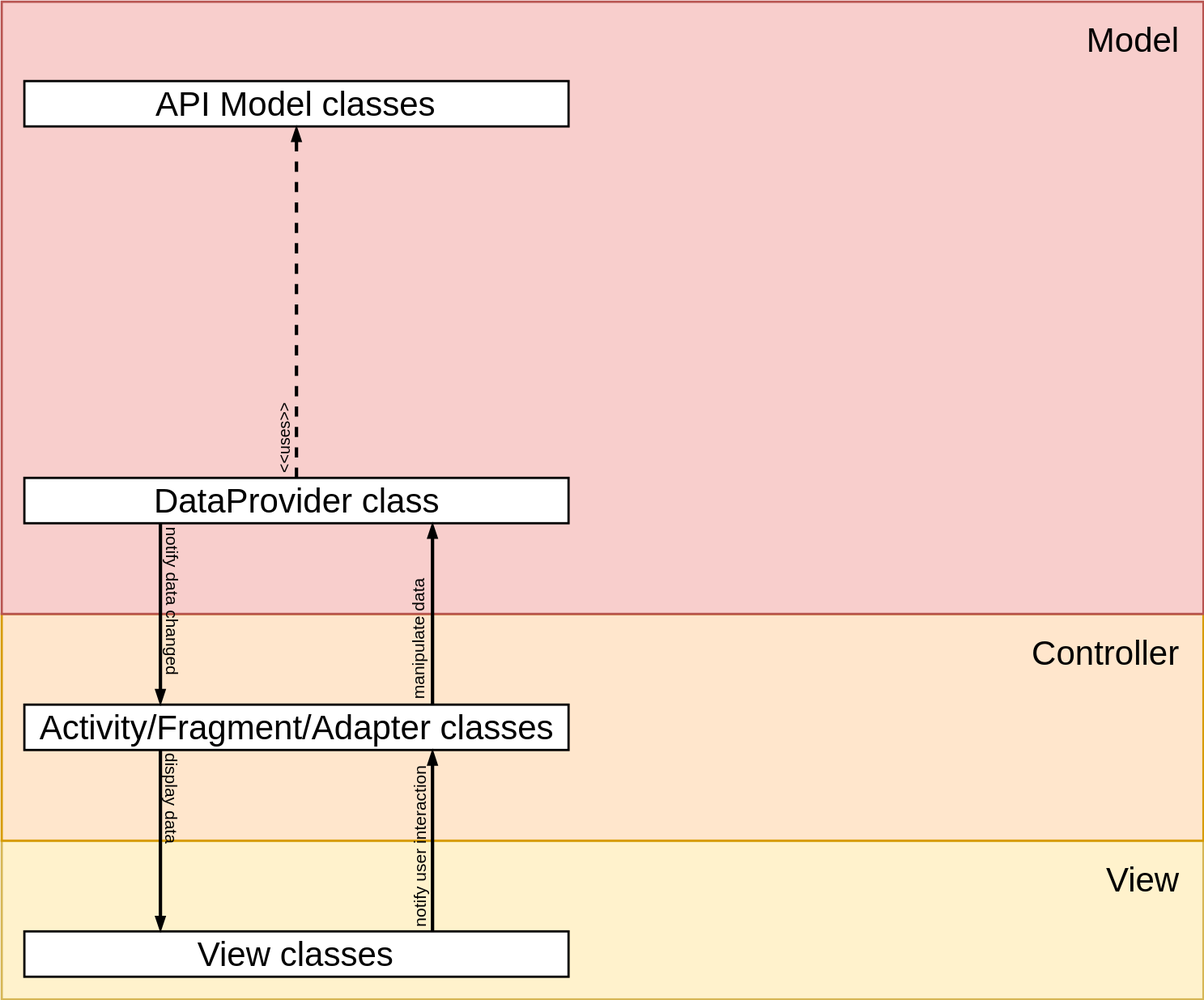
This is Documentation/SAD/MVCClassFlow.svg from WGPlaner/wg_planer, a draw.io export, as it was before one commit. Source tidied: cells renumbered, new cells last; positions are measured from the earlier drawing's top-left corner, leaving out a move shared by most shapes. Its diagram source:
```xml
<mxGraphModel background="#ffffff">
  <root>
    <mxCell id="0" />
    <mxCell id="1" parent="0" />
    <mxCell id="2" style="rounded=0;whiteSpace=wrap;html=1;labelBackgroundColor=none;strokeColor=#d6b656;strokeWidth=2;fillColor=#fff2cc;fontFamily=Helvetica;fontSize=30;align=right;" parent="1" vertex="1">
      <mxGeometry y="740" width="1060" height="140" as="geometry" />
    </mxCell>
    <mxCell id="3" style="rounded=0;whiteSpace=wrap;html=1;labelBackgroundColor=none;strokeColor=#d79b00;strokeWidth=2;fillColor=#ffe6cc;fontFamily=Helvetica;fontSize=30;align=right;" parent="1" vertex="1">
      <mxGeometry y="540" width="1060" height="200" as="geometry" />
    </mxCell>
    <mxCell id="4" style="rounded=0;whiteSpace=wrap;html=1;labelBackgroundColor=none;strokeColor=#b85450;strokeWidth=2;fillColor=#f8cecc;fontFamily=Helvetica;fontSize=30;align=center;" parent="1" vertex="1">
      <mxGeometry width="1060" height="540" as="geometry" />
    </mxCell>
    <mxCell id="5" value="DataProvider class" style="rounded=0;whiteSpace=wrap;html=1;labelBackgroundColor=none;strokeColor=#000000;strokeWidth=2;fillColor=#ffffff;fontFamily=Helvetica;fontSize=30;align=center;" parent="1" vertex="1">
      <mxGeometry x="20" y="420" width="480" height="40" as="geometry" />
    </mxCell>
    <mxCell id="6" value="Activity/Fragment/Adapter classes" style="rounded=0;whiteSpace=wrap;html=1;labelBackgroundColor=none;strokeColor=#000000;strokeWidth=2;fillColor=#ffffff;fontFamily=Helvetica;fontSize=30;align=center;" parent="1" vertex="1">
      <mxGeometry x="20" y="620" width="480" height="40" as="geometry" />
    </mxCell>
    <mxCell id="7" style="endArrow=blockThin;html=1;strokeColor=#000000;strokeWidth=3;fontFamily=Helvetica;fontSize=30;exitX=0.25;exitY=1;entryX=0.25;entryY=0;endFill=1;" parent="1" edge="1" source="5" target="6">
      <mxGeometry relative="1" as="geometry" />
    </mxCell>
    <mxCell id="8" value="notify data changed" style="text;html=1;align=center;verticalAlign=middle;labelBackgroundColor=none;fontSize=15;fontFamily=Helvetica;rotation=90;" parent="7" vertex="1">
      <mxGeometry x="-0.38" y="-1" relative="1" as="geometry">
        <mxPoint x="13" y="18" as="offset" />
      </mxGeometry>
    </mxCell>
    <mxCell id="9" value="View classes" style="rounded=0;whiteSpace=wrap;html=1;labelBackgroundColor=none;strokeColor=#000000;strokeWidth=2;fillColor=#ffffff;fontFamily=Helvetica;fontSize=30;align=center;" parent="1" vertex="1">
      <mxGeometry x="20" y="820" width="480" height="40" as="geometry" />
    </mxCell>
    <mxCell id="10" style="endArrow=blockThin;html=1;strokeColor=#000000;strokeWidth=3;fontFamily=Helvetica;fontSize=30;exitX=0.25;exitY=1;endFill=1;entryX=0.25;entryY=0;" parent="1" edge="1" source="6" target="9">
      <mxGeometry relative="1" as="geometry" />
    </mxCell>
    <mxCell id="11" value="display data" style="text;html=1;align=center;verticalAlign=middle;labelBackgroundColor=none;fontSize=15;fontFamily=Helvetica;rotation=90;" parent="10" vertex="1">
      <mxGeometry x="-0.3" y="1" relative="1" as="geometry">
        <mxPoint x="10" y="-14" as="offset" />
      </mxGeometry>
    </mxCell>
    <mxCell id="12" style="endArrow=blockThin;html=1;strokeColor=#000000;strokeWidth=3;fontFamily=Helvetica;fontSize=30;exitX=0.75;exitY=0;entryX=0.75;entryY=1;endFill=1;" parent="1" edge="1" source="9" target="6">
      <mxGeometry relative="1" as="geometry" />
    </mxCell>
    <mxCell id="13" value="notify user interaction" style="text;html=1;align=center;verticalAlign=middle;labelBackgroundColor=none;fontSize=15;fontFamily=Helvetica;rotation=-90;" parent="12" vertex="1">
      <mxGeometry x="-0.24" y="-3" relative="1" as="geometry">
        <mxPoint x="-15" y="-14" as="offset" />
      </mxGeometry>
    </mxCell>
    <mxCell id="14" style="endArrow=blockThin;html=1;strokeColor=#000000;strokeWidth=3;fontFamily=Helvetica;fontSize=30;endFill=1;exitX=0.75;exitY=0;entryX=0.75;entryY=1;" parent="1" edge="1" source="6" target="5">
      <mxGeometry relative="1" as="geometry" />
    </mxCell>
    <mxCell id="15" value="manipulate data" style="text;html=1;align=center;verticalAlign=middle;labelBackgroundColor=none;fontSize=15;fontFamily=Helvetica;rotation=-90;" parent="14" vertex="1">
      <mxGeometry x="0.14" y="-1" relative="1" as="geometry">
        <mxPoint x="-14" y="33" as="offset" />
      </mxGeometry>
    </mxCell>
    <mxCell id="16" value="Model" style="text;html=1;strokeColor=none;fillColor=none;align=right;verticalAlign=top;whiteSpace=wrap;rounded=0;labelBackgroundColor=none;fontFamily=Helvetica;fontSize=30;" parent="1" vertex="1">
      <mxGeometry x="900" y="10" width="140" height="40" as="geometry" />
    </mxCell>
    <mxCell id="17" value="Controller" style="text;html=1;strokeColor=none;fillColor=none;align=right;verticalAlign=top;whiteSpace=wrap;rounded=0;labelBackgroundColor=none;fontFamily=Helvetica;fontSize=30;" parent="1" vertex="1">
      <mxGeometry x="900" y="550" width="140" height="40" as="geometry" />
    </mxCell>
    <mxCell id="18" value="View" style="text;html=1;strokeColor=none;fillColor=none;align=right;verticalAlign=top;whiteSpace=wrap;rounded=0;labelBackgroundColor=none;fontFamily=Helvetica;fontSize=30;" parent="1" vertex="1">
      <mxGeometry x="900" y="750" width="140" height="40" as="geometry" />
    </mxCell>
    <mxCell id="19" value="API Model classes" style="rounded=0;whiteSpace=wrap;html=1;labelBackgroundColor=none;strokeColor=#000000;strokeWidth=2;fillColor=#ffffff;fontFamily=Helvetica;fontSize=30;align=center;" parent="1" vertex="1">
      <mxGeometry x="20" y="70" width="480" height="40" as="geometry" />
    </mxCell>
    <mxCell id="20" style="endArrow=blockThin;html=1;labelBackgroundColor=none;strokeColor=#000000;strokeWidth=3;fontFamily=Helvetica;fontSize=14;fontColor=#000000;align=center;exitX=0.5;exitY=0;entryX=0.5;entryY=1;endFill=1;dashed=1;" parent="1" edge="1" source="5" target="19">
      <mxGeometry relative="1" as="geometry" />
    </mxCell>
    <mxCell id="21" value="&amp;lt;&amp;lt;uses&amp;gt;&amp;gt;" style="text;html=1;align=center;verticalAlign=middle;labelBackgroundColor=none;fontSize=14;fontFamily=Helvetica;fontColor=#000000;rotation=-90;" parent="20" vertex="1">
      <mxGeometry x="-0.21" y="-1" relative="1" as="geometry">
        <mxPoint x="-13" y="88" as="offset" />
      </mxGeometry>
    </mxCell>
  </root>
</mxGraphModel>
```
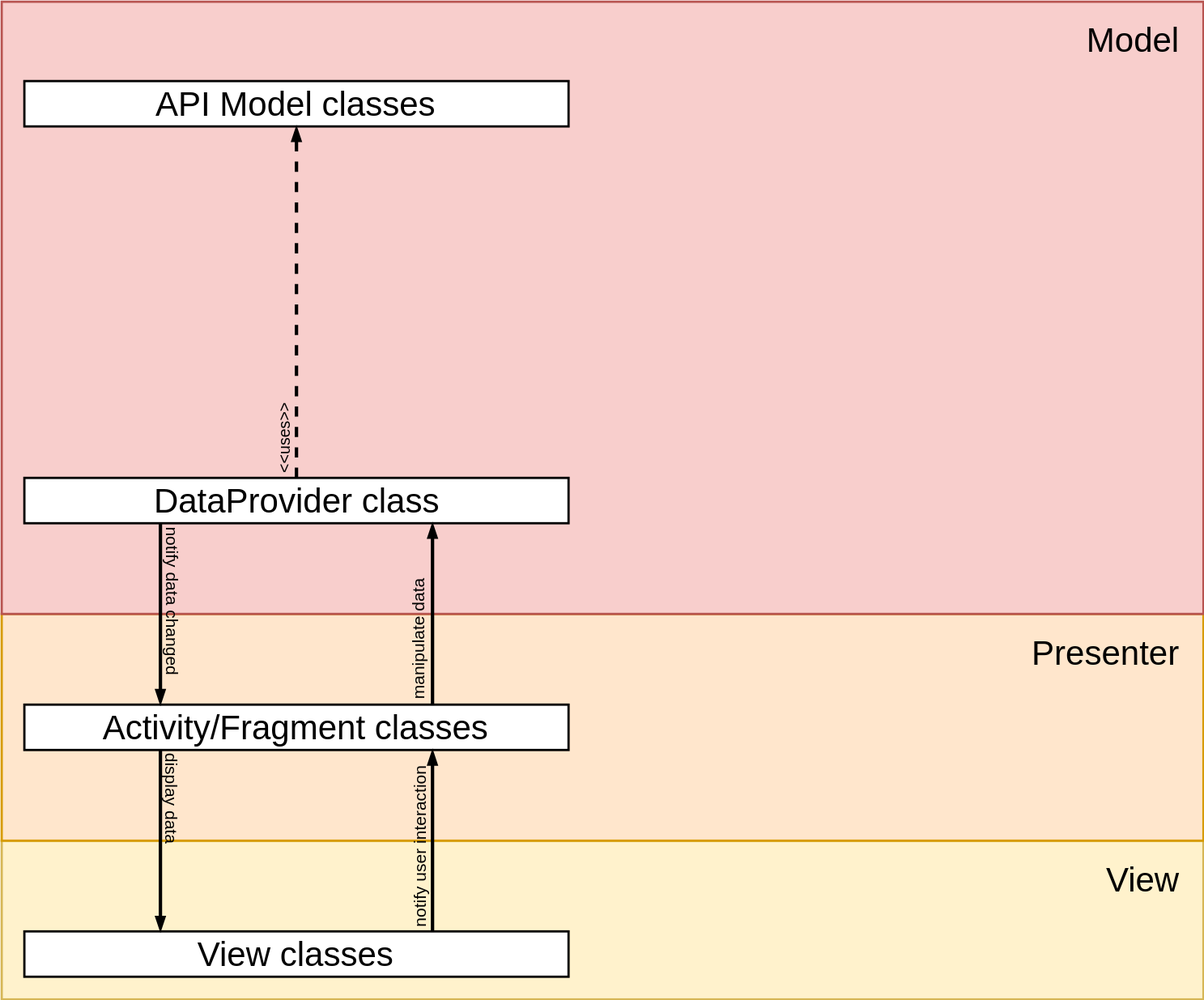
The same file after the commit.

Diff of the diagram source:
```diff
@@ -14,7 +14,7 @@
     <mxCell id="5" value="DataProvider class" style="rounded=0;whiteSpace=wrap;html=1;labelBackgroundColor=none;strokeColor=#000000;strokeWidth=2;fillColor=#ffffff;fontFamily=Helvetica;fontSize=30;align=center;" parent="1" vertex="1">
       <mxGeometry x="20" y="420" width="480" height="40" as="geometry" />
     </mxCell>
-    <mxCell id="6" value="Activity/Fragment/Adapter classes" style="rounded=0;whiteSpace=wrap;html=1;labelBackgroundColor=none;strokeColor=#000000;strokeWidth=2;fillColor=#ffffff;fontFamily=Helvetica;fontSize=30;align=center;" parent="1" vertex="1">
+    <mxCell id="6" value="Activity/Fragment classes" style="rounded=0;whiteSpace=wrap;html=1;labelBackgroundColor=none;strokeColor=#000000;strokeWidth=2;fillColor=#ffffff;fontFamily=Helvetica;fontSize=30;align=center;" parent="1" vertex="1">
       <mxGeometry x="20" y="620" width="480" height="40" as="geometry" />
     </mxCell>
     <mxCell id="7" style="endArrow=blockThin;html=1;strokeColor=#000000;strokeWidth=3;fontFamily=Helvetica;fontSize=30;exitX=0.25;exitY=1;entryX=0.25;entryY=0;endFill=1;" parent="1" edge="1" source="5" target="6">
@@ -55,7 +55,7 @@
     <mxCell id="16" value="Model" style="text;html=1;strokeColor=none;fillColor=none;align=right;verticalAlign=top;whiteSpace=wrap;rounded=0;labelBackgroundColor=none;fontFamily=Helvetica;fontSize=30;" parent="1" vertex="1">
       <mxGeometry x="900" y="10" width="140" height="40" as="geometry" />
     </mxCell>
-    <mxCell id="17" value="Controller" style="text;html=1;strokeColor=none;fillColor=none;align=right;verticalAlign=top;whiteSpace=wrap;rounded=0;labelBackgroundColor=none;fontFamily=Helvetica;fontSize=30;" parent="1" vertex="1">
+    <mxCell id="17" value="Presenter" style="text;html=1;strokeColor=none;fillColor=none;align=right;verticalAlign=top;whiteSpace=wrap;rounded=0;labelBackgroundColor=none;fontFamily=Helvetica;fontSize=30;" parent="1" vertex="1">
       <mxGeometry x="900" y="550" width="140" height="40" as="geometry" />
     </mxCell>
     <mxCell id="18" value="View" style="text;html=1;strokeColor=none;fillColor=none;align=right;verticalAlign=top;whiteSpace=wrap;rounded=0;labelBackgroundColor=none;fontFamily=Helvetica;fontSize=30;" parent="1" vertex="1">
```
